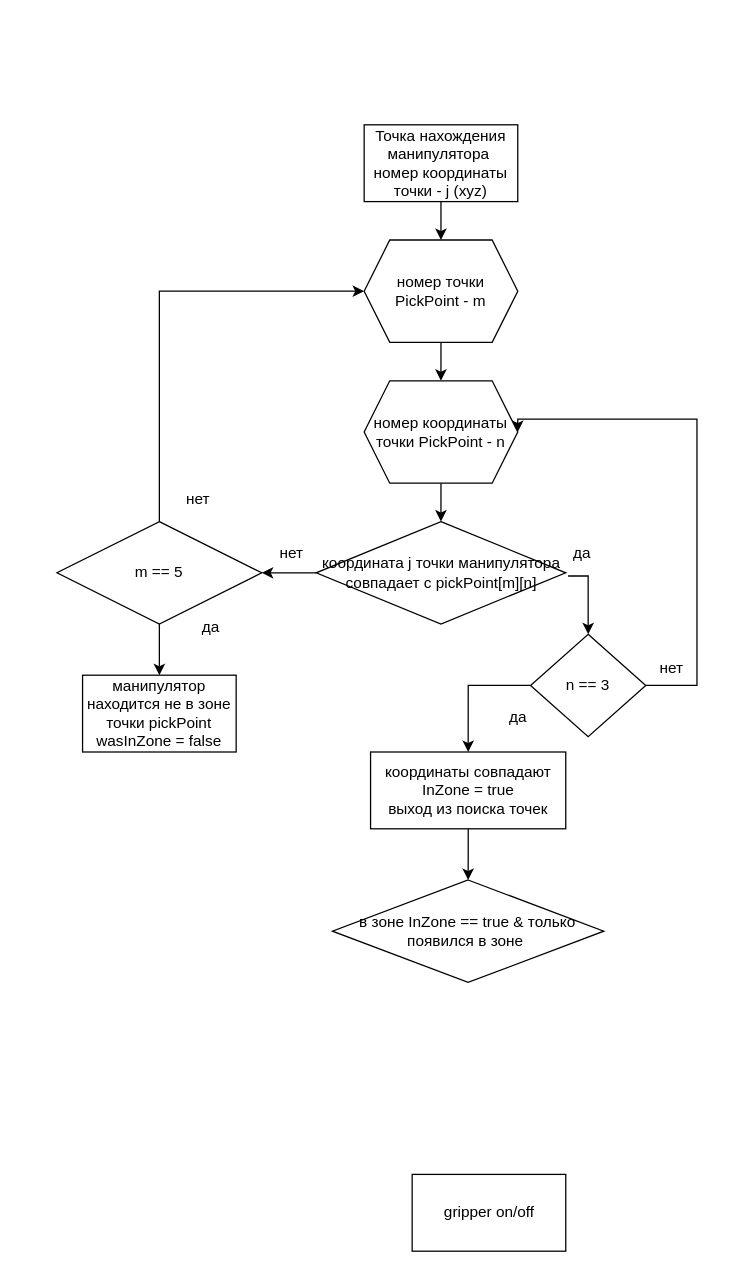
The draw.io diagram gpripper.drawio in BegeMoT8/coursePaper4, before the edit. Source tidied: cells renumbered, new cells numbered last; positions are measured from the earlier drawing's top-left corner, leaving out a move shared by most shapes. Both pictures are drawn from the tidied source at 128%, with x=0, y=0 at pixel (56, 124).
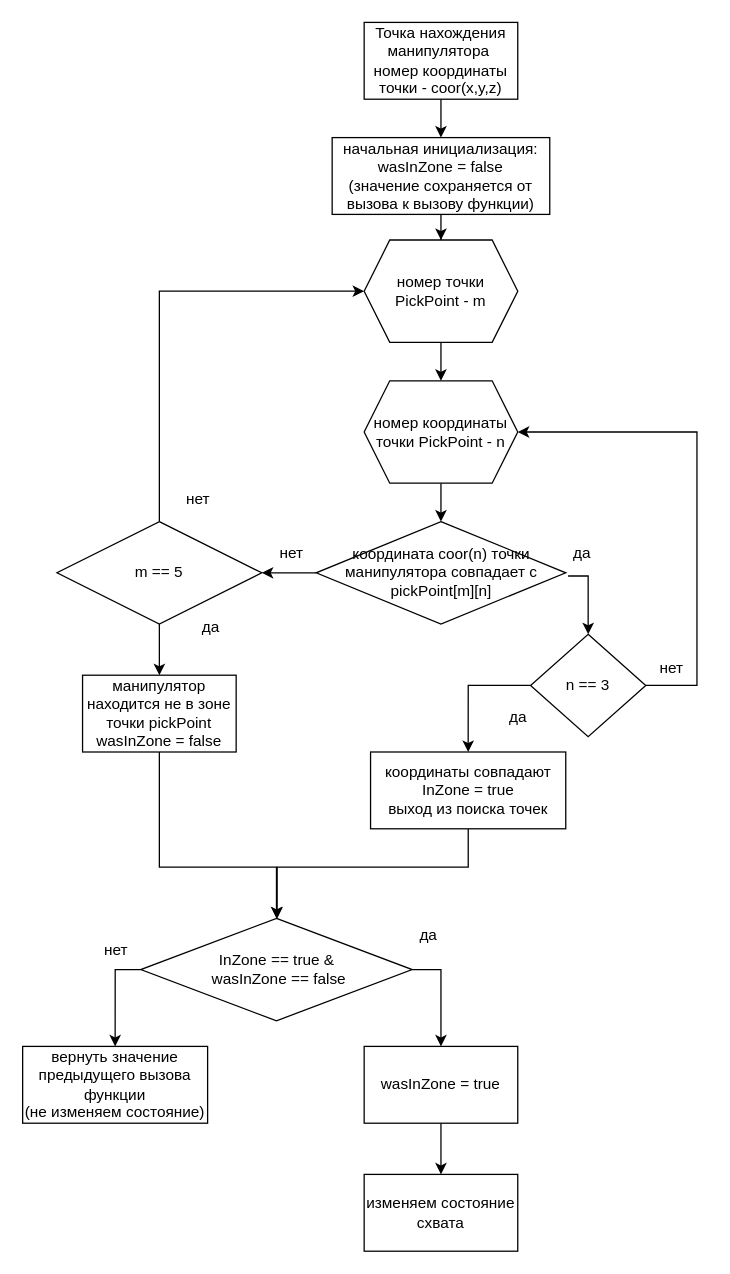
The same page after the edit.

The change refers to these unchanged cells:
```xml
<mxCell id="6" value="номер координаты точки PickPoint - n" style="shape=hexagon;perimeter=hexagonPerimeter2;whiteSpace=wrap;html=1;fixedSize=1;" parent="1" vertex="1">
  <mxGeometry x="240" y="200" width="120" height="80" as="geometry" />
</mxCell>
<mxCell id="10" value="номер точки PickPoint - m" style="shape=hexagon;perimeter=hexagonPerimeter2;whiteSpace=wrap;html=1;fixedSize=1;" parent="1" vertex="1">
  <mxGeometry x="240" y="90" width="120" height="80" as="geometry" />
</mxCell>
<mxCell id="16" value="n == 3" style="rhombus;whiteSpace=wrap;html=1;" parent="1" vertex="1">
  <mxGeometry x="370" y="398" width="90" height="80" as="geometry" />
</mxCell>
<mxCell id="21" value="координаты совпадают&lt;div&gt;InZone = true&lt;/div&gt;&lt;div&gt;выход из поиска точек&lt;/div&gt;" style="rounded=0;whiteSpace=wrap;html=1;" parent="1" vertex="1">
  <mxGeometry x="245" y="490" width="152.5" height="60" as="geometry" />
</mxCell>
<mxCell id="27" value="манипулятор находится не в зоне точки pickPoint&lt;div&gt;wasInZone = false&lt;/div&gt;" style="rounded=0;whiteSpace=wrap;html=1;" parent="1" vertex="1">
  <mxGeometry x="20" y="430" width="120" height="60" as="geometry" />
</mxCell>
```

Diff of the diagram source:
```diff
@@
-    <mxCell id="4" value="координата j точки манипулятора совпадает с pickPoint[m][n]" style="rhombus;whiteSpace=wrap;html=1;" parent="1" vertex="1">
+    <mxCell id="4" value="координата coor(n) точки манипулятора совпадает с pickPoint[m][n]" style="rhombus;whiteSpace=wrap;html=1;" parent="1" vertex="1">
       <mxGeometry x="202.5" y="310" width="195" height="80" as="geometry" />
     </mxCell>
@@
-    <mxCell id="11" style="edgeStyle=orthogonalEdgeStyle;rounded=0;jettySize=auto;html=1;" parent="1" edge="1" source="12" target="10">
-      <mxGeometry relative="1" as="geometry" />
-    </mxCell>
+    <mxCell id="28" style="edgeStyle=orthogonalEdgeStyle;rounded=0;jettySize=auto;html=1;" parent="1" edge="1" source="12" target="38">
+      <mxGeometry relative="1" as="geometry" />
+    </mxCell>
-    <mxCell id="12" value="Точка нахождения манипулятора&amp;nbsp;&lt;div&gt;номер координаты точки - j (xyz)&lt;/div&gt;" style="rounded=0;whiteSpace=wrap;html=1;" parent="1" vertex="1">
-      <mxGeometry x="240" width="120" height="60" as="geometry" />
+    <mxCell id="12" value="Точка нахождения манипулятора&amp;nbsp;&lt;div&gt;номер координаты точки - coor(x,y,z)&lt;/div&gt;" style="rounded=0;whiteSpace=wrap;html=1;" parent="1" vertex="1">
+      <mxGeometry x="240" y="-80" width="120" height="60" as="geometry" />
     </mxCell>
-    <mxCell id="13" value="gripper on/off" style="rounded=0;whiteSpace=wrap;html=1;" parent="1" vertex="1">
-      <mxGeometry x="277.5" y="820" width="120" height="60" as="geometry" />
+    <mxCell id="13" value="изменяем состояние схвата" style="rounded=0;whiteSpace=wrap;html=1;" parent="1" vertex="1">
+      <mxGeometry x="240" y="820" width="120" height="60" as="geometry" />
     </mxCell>
@@
     <mxCell id="17" style="edgeStyle=orthogonalEdgeStyle;rounded=0;jettySize=auto;html=1;entryX=1;entryY=0.5;entryDx=0;entryDy=0;exitX=1;exitY=0.5;exitDx=0;exitDy=0;" parent="1" edge="1" source="16" target="6">
       <mxGeometry relative="1" as="geometry">
         <Array as="points">
           <mxPoint x="500" y="438" />
-          <mxPoint x="500" y="230" />
+          <mxPoint x="500" y="240" />
         </Array>
       </mxGeometry>
     </mxCell>
@@
     <mxCell id="20" style="edgeStyle=orthogonalEdgeStyle;rounded=0;jettySize=auto;html=1;" parent="1" edge="1" source="21" target="22">
-      <mxGeometry relative="1" as="geometry" />
+      <mxGeometry relative="1" as="geometry">
+        <Array as="points">
+          <mxPoint x="321" y="580" />
+          <mxPoint x="172" y="580" />
+        </Array>
+      </mxGeometry>
     </mxCell>
@@
+    <mxCell id="29" style="edgeStyle=orthogonalEdgeStyle;rounded=0;jettySize=auto;html=1;exitX=1;exitY=0.5;exitDx=0;exitDy=0;" parent="1" edge="1" source="22" target="33">
+      <mxGeometry relative="1" as="geometry" />
+    </mxCell>
+    <mxCell id="30" style="edgeStyle=orthogonalEdgeStyle;rounded=0;jettySize=auto;html=1;entryX=0.5;entryY=0;entryDx=0;entryDy=0;exitX=0;exitY=0.5;exitDx=0;exitDy=0;" parent="1" edge="1" source="22" target="34">
+      <mxGeometry relative="1" as="geometry" />
+    </mxCell>
-    <mxCell id="22" value="в зоне InZone == true &amp;amp; только появился в зоне&amp;nbsp;" style="rhombus;whiteSpace=wrap;html=1;" parent="1" vertex="1">
-      <mxGeometry x="215.2" y="590" width="212" height="80" as="geometry" />
+    <mxCell id="22" value="InZone == true &amp;amp;&lt;div&gt;&amp;nbsp;wasInZone == false&lt;/div&gt;" style="rhombus;whiteSpace=wrap;html=1;" parent="1" vertex="1">
+      <mxGeometry x="65.5" y="620" width="212" height="80" as="geometry" />
     </mxCell>
@@
+    <mxCell id="31" style="edgeStyle=orthogonalEdgeStyle;rounded=0;jettySize=auto;html=1;entryX=0.5;entryY=0;entryDx=0;entryDy=0;" parent="1" edge="1" source="27" target="22">
+      <mxGeometry relative="1" as="geometry">
+        <Array as="points">
+          <mxPoint x="80" y="580" />
+          <mxPoint x="172" y="580" />
+        </Array>
+      </mxGeometry>
+    </mxCell>
@@
+    <mxCell id="32" style="edgeStyle=orthogonalEdgeStyle;rounded=0;jettySize=auto;html=1;" parent="1" edge="1" source="33" target="13">
+      <mxGeometry relative="1" as="geometry" />
+    </mxCell>
+    <mxCell id="33" value="wasInZone = true" style="rounded=0;whiteSpace=wrap;html=1;" parent="1" vertex="1">
+      <mxGeometry x="240" y="720" width="120" height="60" as="geometry" />
+    </mxCell>
+    <mxCell id="34" value="вернуть значение предыдущего вызова функции&lt;div&gt;(не изменяем состояние)&lt;/div&gt;" style="rounded=0;whiteSpace=wrap;html=1;" parent="1" vertex="1">
+      <mxGeometry x="-26.8" y="720" width="144.5" height="60" as="geometry" />
+    </mxCell>
+    <mxCell id="35" value="да" style="text;html=1;align=center;verticalAlign=middle;strokeColor=none;fillColor=none;" parent="1" vertex="1">
+      <mxGeometry x="270" y="618" width="40" height="30" as="geometry" />
+    </mxCell>
+    <mxCell id="36" value="нет" style="text;html=1;align=center;verticalAlign=middle;strokeColor=none;fillColor=none;" parent="1" vertex="1">
+      <mxGeometry x="25.5" y="630" width="40" height="30" as="geometry" />
+    </mxCell>
+    <mxCell id="37" style="edgeStyle=orthogonalEdgeStyle;rounded=0;jettySize=auto;html=1;" parent="1" edge="1" source="38" target="10">
+      <mxGeometry relative="1" as="geometry" />
+    </mxCell>
+    <mxCell id="38" value="начальная инициализация: wasInZone = false&lt;div&gt;(значение сохраняется от вызова к вызову функции)&lt;/div&gt;" style="rounded=0;whiteSpace=wrap;html=1;" parent="1" vertex="1">
+      <mxGeometry x="215" y="10" width="170" height="60" as="geometry" />
+    </mxCell>
```
